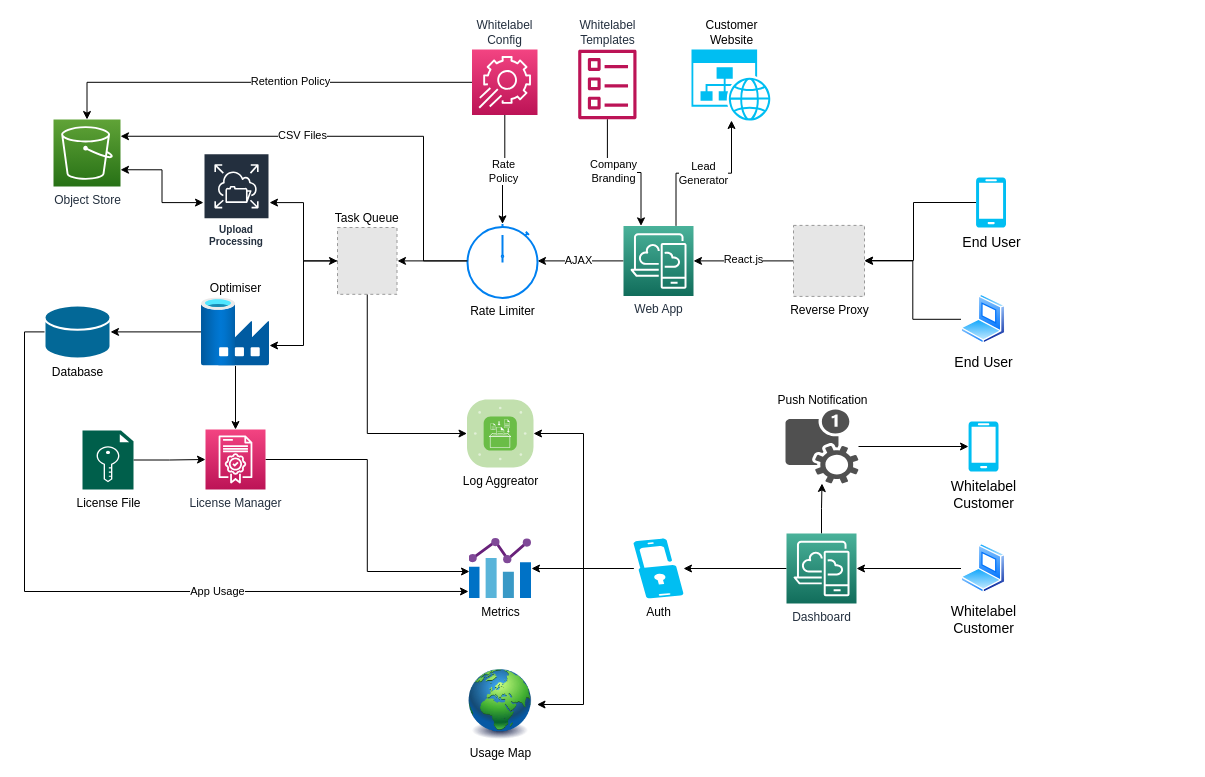
The draw.io diagram page "New" (1 of 2) of architecture.drawio in rbrown-orxa/LC_App_2_microservices, before the edit. Source tidied: cells renumbered, new cells numbered last; positions are measured from the earlier drawing's top-left corner, leaving out a move shared by most shapes. Both pictures are drawn from the tidied source at 100%, with x=0, y=0 at pixel (44, 49). Pictures stored in the file or linked from it are replaced by grey dashed boxes.
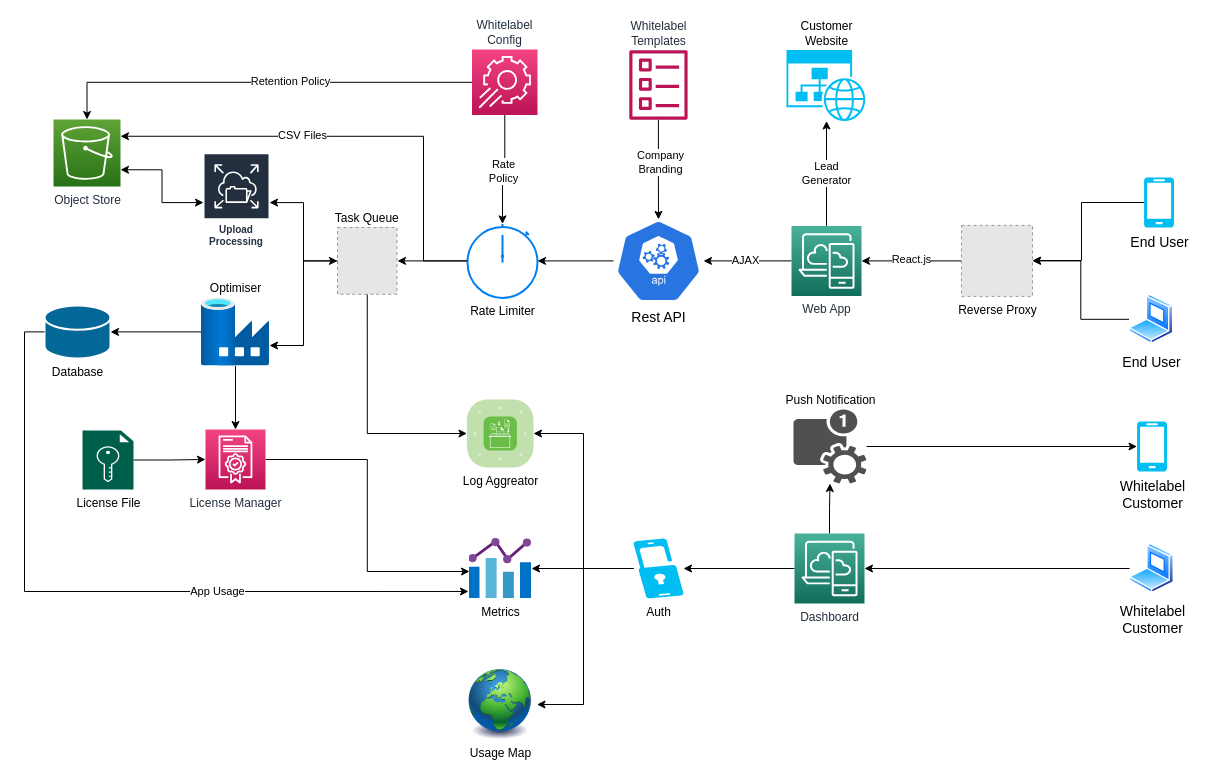
The same diagram, later.

Commit message (it also covers changes not shown here):
fix arch diag

The change refers to these unchanged cells:
```xml
<mxCell id="21" value="Rate Limiter" style="html=1;verticalLabelPosition=bottom;align=center;labelBackgroundColor=#ffffff;verticalAlign=top;strokeWidth=2;strokeColor=#0080F0;shadow=0;dashed=0;shape=mxgraph.ios7.icons.stopwatch;" parent="1" vertex="1">
  <mxGeometry x="423" y="174.4" width="70" height="74" as="geometry" />
</mxCell>
```

Diff of the diagram source:
```diff
@@
     <mxCell id="5" value="Reverse Proxy" style="fillColor=#E6E6E6;strokeColor=#999999;dashed=1;html=1;verticalAlign=top;verticalLabelPosition=bottom;labelBackgroundColor=#ffffff;" parent="1" vertex="1">
-      <mxGeometry x="749" y="175.9" width="71" height="71" as="geometry" />
+      <mxGeometry x="917" y="175.9" width="71" height="71" as="geometry" />
     </mxCell>
@@
-    <mxCell id="16" style="edgeStyle=orthogonalEdgeStyle;rounded=0;jettySize=auto;html=1;" parent="1" edge="1" source="19" target="21">
+    <mxCell id="16" style="edgeStyle=orthogonalEdgeStyle;rounded=0;jettySize=auto;html=1;" parent="1" edge="1" source="19" target="59">
       <mxGeometry relative="1" as="geometry" />
     </mxCell>
@@
-    <mxCell id="18" value="Lead&lt;br&gt;Generator" style="edgeStyle=orthogonalEdgeStyle;rounded=0;jettySize=auto;html=1;exitX=0.75;exitY=0;exitDx=0;exitDy=0;exitPerimeter=0;startArrow=none;startFill=0;endArrow=classic;endFill=1;" parent="1" edge="1" source="19" target="57">
+    <mxCell id="18" value="Lead&lt;br&gt;Generator" style="edgeStyle=orthogonalEdgeStyle;rounded=0;jettySize=auto;html=1;exitX=0.5;exitY=0;exitDx=0;exitDy=0;exitPerimeter=0;startArrow=none;startFill=0;endArrow=classic;endFill=1;" parent="1" edge="1" source="19" target="57">
       <mxGeometry relative="1" as="geometry" />
     </mxCell>
     <mxCell id="19" value="Web App" style="points=[[0,0,0],[0.25,0,0],[0.5,0,0],[0.75,0,0],[1,0,0],[0,1,0],[0.25,1,0],[0.5,1,0],[0.75,1,0],[1,1,0],[0,0.25,0],[0,0.5,0],[0,0.75,0],[1,0.25,0],[1,0.5,0],[1,0.75,0]];outlineConnect=0;fontColor=#232F3E;gradientColor=#4AB29A;gradientDirection=north;fillColor=#116D5B;strokeColor=#ffffff;dashed=0;verticalLabelPosition=bottom;verticalAlign=top;align=center;html=1;fontSize=12;fontStyle=0;shape=mxgraph.aws4.resourceIcon;resIcon=mxgraph.aws4.desktop_and_app_streaming;" parent="1" vertex="1">
-      <mxGeometry x="579" y="176.4" width="70" height="70" as="geometry" />
+      <mxGeometry x="747" y="176.4" width="70" height="70" as="geometry" />
     </mxCell>
@@
-    <mxCell id="27" style="edgeStyle=orthogonalEdgeStyle;rounded=0;jettySize=auto;html=1;entryX=0.25;entryY=0;entryDx=0;entryDy=0;entryPerimeter=0;" parent="1" edge="1" source="29" target="19">
+    <mxCell id="27" style="edgeStyle=orthogonalEdgeStyle;rounded=0;jettySize=auto;html=1;entryX=0.5;entryY=0;entryDx=0;entryDy=0;entryPerimeter=0;" parent="1" edge="1" source="29" target="59">
       <mxGeometry relative="1" as="geometry" />
     </mxCell>
@@
     <mxCell id="29" value="Whitelabel&lt;br&gt;Templates" style="outlineConnect=0;fontColor=#232F3E;gradientColor=none;fillColor=#BC1356;strokeColor=none;dashed=0;verticalLabelPosition=top;verticalAlign=bottom;align=center;html=1;fontSize=12;fontStyle=0;shape=mxgraph.aws4.template;labelPosition=center;" parent="1" vertex="1">
-      <mxGeometry x="533.7" width="58.3" height="70" as="geometry" />
+      <mxGeometry x="584.8" y="0.5" width="58.3" height="70" as="geometry" />
     </mxCell>
@@
     <mxCell id="36" value="Dashboard" style="points=[[0,0,0],[0.25,0,0],[0.5,0,0],[0.75,0,0],[1,0,0],[0,1,0],[0.25,1,0],[0.5,1,0],[0.75,1,0],[1,1,0],[0,0.25,0],[0,0.5,0],[0,0.75,0],[1,0.25,0],[1,0.5,0],[1,0.75,0]];outlineConnect=0;fontColor=#232F3E;gradientColor=#4AB29A;gradientDirection=north;fillColor=#116D5B;strokeColor=#ffffff;dashed=0;verticalLabelPosition=bottom;verticalAlign=top;align=center;html=1;fontSize=12;fontStyle=0;shape=mxgraph.aws4.resourceIcon;resIcon=mxgraph.aws4.desktop_and_app_streaming;" parent="1" vertex="1">
-      <mxGeometry x="742" y="484" width="70" height="70" as="geometry" />
+      <mxGeometry x="750" y="484" width="70" height="70" as="geometry" />
     </mxCell>
@@
     <mxCell id="39" value="End User" style="verticalLabelPosition=bottom;html=1;verticalAlign=top;align=center;strokeColor=none;fillColor=#00BEF2;shape=mxgraph.azure.mobile;fontSize=14;" parent="1" vertex="1">
-      <mxGeometry x="931.5" y="128" width="30" height="50" as="geometry" />
+      <mxGeometry x="1099.5" y="128" width="30" height="50" as="geometry" />
     </mxCell>
@@
     <mxCell id="41" value="End User" style="perimeter=ellipsePerimeter;html=1;align=center;shadow=0;dashed=0;spacingTop=3;image;image=img/lib/active_directory/laptop_client.svg;fillColor=#E5CCFF;fontSize=14;" parent="1" vertex="1">
-      <mxGeometry x="916.5" y="244.8" width="45" height="50" as="geometry" />
+      <mxGeometry x="1084.5" y="244.8" width="45" height="50" as="geometry" />
     </mxCell>
     <mxCell id="42" style="edgeStyle=orthogonalEdgeStyle;rounded=0;jettySize=auto;html=1;exitX=0;exitY=0.5;exitDx=0;exitDy=0;exitPerimeter=0;" parent="1" edge="1" source="39" target="5">
       <mxGeometry relative="1" as="geometry">
         <Array as="points">
-          <mxPoint x="869" y="153" />
-          <mxPoint x="869" y="211" />
+          <mxPoint x="1037" y="153" />
+          <mxPoint x="1037" y="211" />
         </Array>
       </mxGeometry>
     </mxCell>
@@
     <mxCell id="44" value="Whitelabel&lt;br style=&quot;font-size: 14px;&quot;&gt;Customer" style="perimeter=ellipsePerimeter;html=1;align=center;shadow=0;dashed=0;spacingTop=3;image;image=img/lib/active_directory/laptop_client.svg;fillColor=#E5CCFF;fontSize=14;" parent="1" vertex="1">
-      <mxGeometry x="916.5" y="494" width="45" height="50" as="geometry" />
+      <mxGeometry x="1085" y="494" width="45" height="50" as="geometry" />
     </mxCell>
@@
     <mxCell id="55" value="Push Notification" style="shadow=0;dashed=0;html=1;strokeColor=none;fillColor=#505050;labelPosition=center;verticalLabelPosition=top;verticalAlign=bottom;outlineConnect=0;align=center;shape=mxgraph.office.communications.push_notification_service;" parent="1" vertex="1">
-      <mxGeometry x="741" y="360" width="73" height="74" as="geometry" />
+      <mxGeometry x="749" y="360" width="73" height="74" as="geometry" />
     </mxCell>
     <mxCell id="56" value="Whitelabel&lt;br style=&quot;font-size: 14px;&quot;&gt;Customer" style="verticalLabelPosition=bottom;html=1;verticalAlign=top;align=center;strokeColor=none;fillColor=#00BEF2;shape=mxgraph.azure.mobile;fontSize=14;" parent="1" vertex="1">
-      <mxGeometry x="924" y="372" width="30" height="50" as="geometry" />
+      <mxGeometry x="1092.5" y="372" width="30" height="50" as="geometry" />
     </mxCell>
     <mxCell id="57" value="Customer&lt;br&gt;Website" style="verticalLabelPosition=top;html=1;verticalAlign=bottom;align=center;strokeColor=none;fillColor=#00BEF2;shape=mxgraph.azure.website_generic;labelPosition=center;" parent="1" vertex="1">
-      <mxGeometry x="647" width="80" height="71" as="geometry" />
+      <mxGeometry x="742" y="0.5" width="80" height="71" as="geometry" />
     </mxCell>
+    <mxCell id="58" style="edgeStyle=orthogonalEdgeStyle;rounded=0;jettySize=auto;html=1;startArrow=none;startFill=0;endArrow=classic;endFill=1;fontSize=14;" parent="1" edge="1" source="59" target="21">
+      <mxGeometry relative="1" as="geometry" />
+    </mxCell>
+    <mxCell id="59" value="Rest API" style="html=1;dashed=0;whitespace=wrap;fillColor=#2875E2;strokeColor=#ffffff;points=[[0.005,0.63,0],[0.1,0.2,0],[0.9,0.2,0],[0.5,0,0],[0.995,0.63,0],[0.72,0.99,0],[0.5,1,0],[0.28,0.99,0]];shape=mxgraph.kubernetes.icon;prIcon=api;fontSize=14;labelPosition=center;verticalLabelPosition=bottom;align=center;verticalAlign=top;" parent="1" vertex="1">
+      <mxGeometry x="569" y="169.9" width="90" height="83" as="geometry" />
+    </mxCell>
```
